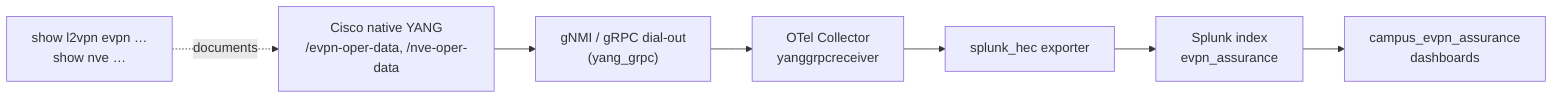
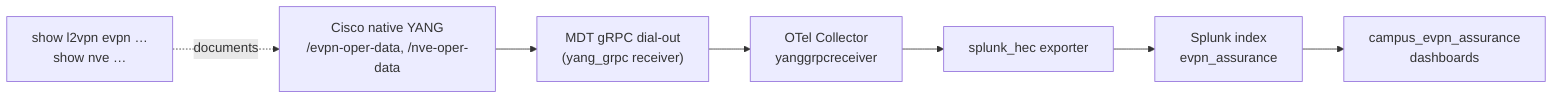
flowchart LR
    CLI["show l2vpn evpn …<br/>show nve …"] -. documents .-> YANG
-     YANG["Cisco native YANG<br/>/evpn-oper-data, /nve-oper-data"] --> GRPC["gNMI / gRPC dial-out<br/>(yang_grpc)"]
+     YANG["Cisco native YANG<br/>/evpn-oper-data, /nve-oper-data"] --> GRPC["MDT gRPC dial-out<br/>(yang_grpc receiver)"]
    GRPC --> OTEL["OTel Collector<br/>yanggrpcreceiver"]
    OTEL --> HEC["splunk_hec exporter"]
    HEC --> SPLUNK["Splunk index<br/>evpn_assurance"]
    SPLUNK --> DASH["campus_evpn_assurance<br/>dashboards"]
